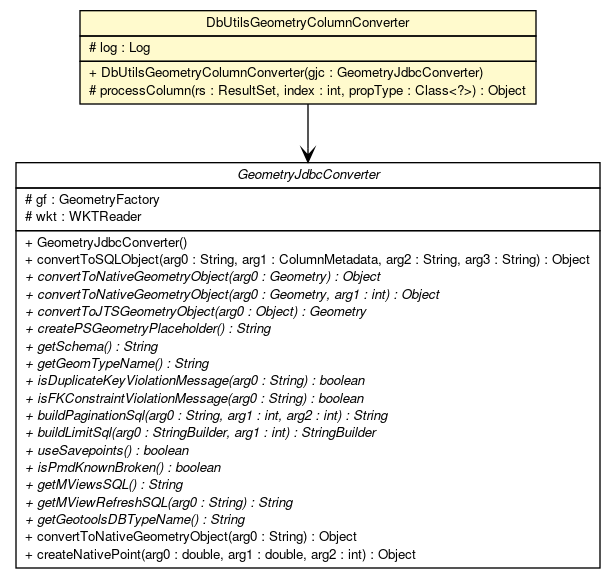
B3Partners/brmo keeps this Graphviz diagram as topnlparser/apidocs/nl/b3p/topnl/converters/DbUtilsGeometryColumnConverter.png. Above is the earlier version. Its source is kept beside it as topnlparser/apidocs/nl/b3p/topnl/converters/DbUtilsGeometryColumnConverter.dot.
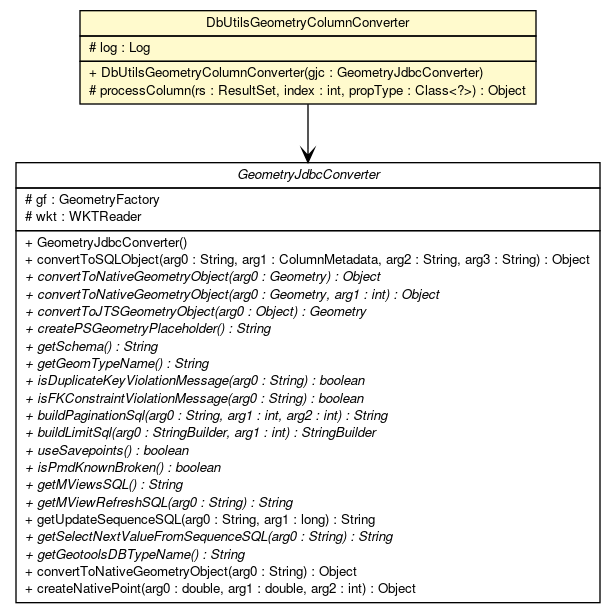
Later version of the same file.

Change to the diagram source:
```diff
@@ -42,6 +42,8 @@
 <tr><td align="left" balign="left"><font face="Helvetica-Oblique" point-size="10.0"> + isPmdKnownBroken() : boolean </font></td></tr>
 <tr><td align="left" balign="left"><font face="Helvetica-Oblique" point-size="10.0"> + getMViewsSQL() : String </font></td></tr>
 <tr><td align="left" balign="left"><font face="Helvetica-Oblique" point-size="10.0"> + getMViewRefreshSQL(arg0 : String) : String </font></td></tr>
+<tr><td align="left" balign="left"> + getUpdateSequenceSQL(arg0 : String, arg1 : long) : String </td></tr>
+<tr><td align="left" balign="left"><font face="Helvetica-Oblique" point-size="10.0"> + getSelectNextValueFromSequenceSQL(arg0 : String) : String </font></td></tr>
 <tr><td align="left" balign="left"><font face="Helvetica-Oblique" point-size="10.0"> + getGeotoolsDBTypeName() : String </font></td></tr>
 <tr><td align="left" balign="left"> + convertToNativeGeometryObject(arg0 : String) : Object </td></tr>
 <tr><td align="left" balign="left"> + createNativePoint(arg0 : double, arg1 : double, arg2 : int) : Object </td></tr>
```
